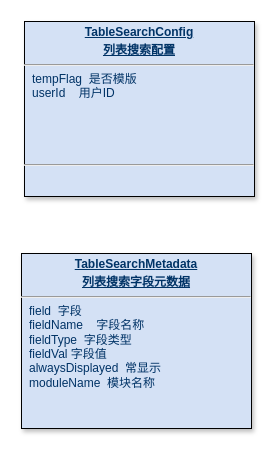
rockywade/draw keeps this draw.io diagram as page "admin" (23 of 23) of 美one.drawio. Above is the earlier version. Source tidied: cells renumbered, new cells numbered last; positions are measured from the earlier drawing's top-left corner, leaving out a move shared by most shapes. Both pictures are drawn from the tidied source at 100%, with x=0, y=0 at pixel (21, 21).
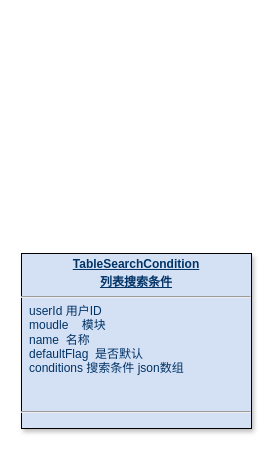
Above is the later version.

Diff of the diagram source:
```diff
@@
 <mxGraphModel>
   <root>
     <mxCell id="0" />
     <mxCell id="1" parent="0" />
-    <mxCell id="2" value="&lt;p style=&quot;margin: 4px 0px 0px; text-align: center;&quot;&gt;&lt;span style=&quot;background-color: transparent; text-align: left;&quot;&gt;&lt;b&gt;&lt;u&gt;TableSearchConfig&lt;/u&gt;&lt;/b&gt;&lt;/span&gt;&lt;/p&gt;&lt;p style=&quot;margin: 4px 0px 0px; text-align: center;&quot;&gt;&lt;span style=&quot;background-color: transparent; text-align: left;&quot;&gt;&lt;b&gt;&lt;u&gt;列表搜索配置&lt;/u&gt;&lt;/b&gt;&lt;/span&gt;&lt;/p&gt;&lt;hr&gt;&lt;p style=&quot;margin: 0px; margin-left: 8px;&quot;&gt;tempFlag&amp;nbsp; 是否模版&amp;nbsp;&lt;/p&gt;&lt;p style=&quot;margin: 0px; margin-left: 8px;&quot;&gt;userId&amp;nbsp; &amp;nbsp; 用户ID&lt;/p&gt;&lt;p style=&quot;margin: 0px; margin-left: 8px;&quot;&gt;&lt;br&gt;&lt;/p&gt;&lt;p style=&quot;margin: 0px; margin-left: 8px;&quot;&gt;&amp;nbsp;&lt;/p&gt;&lt;p style=&quot;margin: 0px; margin-left: 8px;&quot;&gt;&lt;br&gt;&lt;/p&gt;&lt;p style=&quot;margin: 0px; margin-left: 8px;&quot;&gt;&lt;br&gt;&lt;/p&gt;&lt;hr&gt;&lt;p style=&quot;margin: 0px; margin-left: 8px;&quot;&gt;&lt;br&gt;&lt;/p&gt;&lt;p style=&quot;margin: 0px; margin-left: 8px;&quot;&gt;&lt;br&gt;&lt;/p&gt;" style="verticalAlign=top;align=left;overflow=fill;fontSize=12;fontFamily=Helvetica;html=1;strokeColor=default;shadow=1;fillColor=#D4E1F5;fontColor=#003366;rounded=0;glass=0;imageAspect=1;labelBackgroundColor=none;textShadow=0;direction=east;" parent="1" vertex="1">
-      <mxGeometry x="3" width="230" height="175" as="geometry" />
-    </mxCell>
-    <mxCell id="3" value="&lt;p style=&quot;margin: 4px 0px 0px; text-align: center;&quot;&gt;&lt;span style=&quot;background-color: transparent; text-align: left;&quot;&gt;&lt;b&gt;&lt;u&gt;TableSearchM&lt;/u&gt;&lt;/b&gt;&lt;/span&gt;&lt;span style=&quot;background-color: transparent; text-align: left;&quot;&gt;&lt;b&gt;&lt;u&gt;etadata&lt;/u&gt;&lt;/b&gt;&lt;/span&gt;&lt;/p&gt;&lt;p style=&quot;margin: 4px 0px 0px; text-align: center;&quot;&gt;&lt;span style=&quot;background-color: transparent; text-align: left;&quot;&gt;&lt;b&gt;&lt;u&gt;列表搜索&lt;/u&gt;&lt;/b&gt;&lt;/span&gt;&lt;span style=&quot;background-color: transparent; text-align: left;&quot;&gt;&lt;b&gt;&lt;u&gt;字段元数据&lt;/u&gt;&lt;/b&gt;&lt;/span&gt;&lt;/p&gt;&lt;hr&gt;&lt;p style=&quot;margin: 0px; margin-left: 8px;&quot;&gt;field&amp;nbsp; 字段&amp;nbsp;&lt;/p&gt;&lt;p style=&quot;margin: 0px; margin-left: 8px;&quot;&gt;&lt;span style=&quot;background-color: transparent; color: light-dark(rgb(0, 51, 102), rgb(161, 205, 249));&quot;&gt;fieldName&lt;/span&gt;&amp;nbsp; &amp;nbsp; 字段名称&lt;/p&gt;&lt;p style=&quot;margin: 0px; margin-left: 8px;&quot;&gt;fieldType&amp;nbsp; 字段类型&lt;br&gt;fieldVal 字段值&lt;br&gt;alwaysDisplayed&amp;nbsp; 常显示&lt;br&gt;moduleName&amp;nbsp; 模块名称&lt;/p&gt;&lt;p style=&quot;margin: 0px; margin-left: 8px;&quot;&gt;&lt;br&gt;&lt;/p&gt;&lt;p style=&quot;margin: 0px; margin-left: 8px;&quot;&gt;&amp;nbsp;&lt;/p&gt;&lt;p style=&quot;margin: 0px; margin-left: 8px;&quot;&gt;&lt;br&gt;&lt;/p&gt;&lt;p style=&quot;margin: 0px; margin-left: 8px;&quot;&gt;&lt;br&gt;&lt;/p&gt;&lt;hr&gt;&lt;p style=&quot;margin: 0px; margin-left: 8px;&quot;&gt;&lt;br&gt;&lt;/p&gt;&lt;p style=&quot;margin: 0px; margin-left: 8px;&quot;&gt;&lt;br&gt;&lt;/p&gt;" style="verticalAlign=top;align=left;overflow=fill;fontSize=12;fontFamily=Helvetica;html=1;strokeColor=default;shadow=1;fillColor=#D4E1F5;fontColor=#003366;rounded=0;glass=0;imageAspect=1;labelBackgroundColor=none;textShadow=0;direction=east;" parent="1" vertex="1">
+    <mxCell id="3" value="&lt;p style=&quot;margin: 4px 0px 0px; text-align: center;&quot;&gt;&lt;span style=&quot;background-color: transparent; text-align: left;&quot;&gt;&lt;b&gt;&lt;u&gt;TableSearchCondition&lt;/u&gt;&lt;/b&gt;&lt;/span&gt;&lt;/p&gt;&lt;p style=&quot;margin: 4px 0px 0px; text-align: center;&quot;&gt;&lt;span style=&quot;background-color: transparent; text-align: left;&quot;&gt;&lt;b&gt;&lt;u&gt;列表搜索条件&lt;/u&gt;&lt;/b&gt;&lt;/span&gt;&lt;/p&gt;&lt;hr&gt;&lt;p style=&quot;margin: 0px; margin-left: 8px;&quot;&gt;userId 用户ID&lt;/p&gt;&lt;p style=&quot;margin: 0px; margin-left: 8px;&quot;&gt;moudle&amp;nbsp; &amp;nbsp; 模块&lt;/p&gt;&lt;p style=&quot;margin: 0px; margin-left: 8px;&quot;&gt;name&amp;nbsp; 名称&lt;/p&gt;&lt;p style=&quot;margin: 0px; margin-left: 8px;&quot;&gt;defaultFlag&amp;nbsp; 是否默认&lt;br&gt;conditions 搜索条件 json数组&lt;br&gt;&lt;/p&gt;&lt;p style=&quot;margin: 0px; margin-left: 8px;&quot;&gt;&lt;br&gt;&lt;/p&gt;&lt;p style=&quot;margin: 0px; margin-left: 8px;&quot;&gt;&lt;br&gt;&lt;/p&gt;&lt;hr&gt;&lt;p style=&quot;margin: 0px; margin-left: 8px;&quot;&gt;&lt;br&gt;&lt;/p&gt;&lt;p style=&quot;margin: 0px; margin-left: 8px;&quot;&gt;&lt;br&gt;&lt;/p&gt;" style="verticalAlign=top;align=left;overflow=fill;fontSize=12;fontFamily=Helvetica;html=1;strokeColor=default;shadow=1;fillColor=#D4E1F5;fontColor=#003366;rounded=0;glass=0;imageAspect=1;labelBackgroundColor=none;textShadow=0;direction=east;" parent="1" vertex="1">
       <mxGeometry y="232" width="230" height="175" as="geometry" />
     </mxCell>
   </root>
 </mxGraphModel>
```
